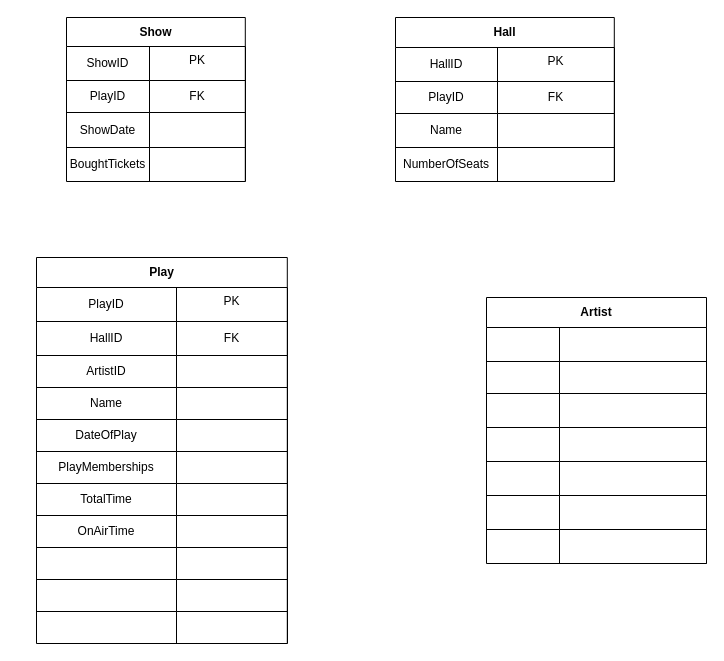
The draw.io diagram Untitled Diagram.drawio in sliamh11/Programming, before the edit. Source tidied: cells renumbered, new cells numbered last; positions are measured from the earlier drawing's top-left corner, leaving out a move shared by most shapes. Both pictures are drawn from the tidied source at 100%, with x=0, y=0 at pixel (36, 17).
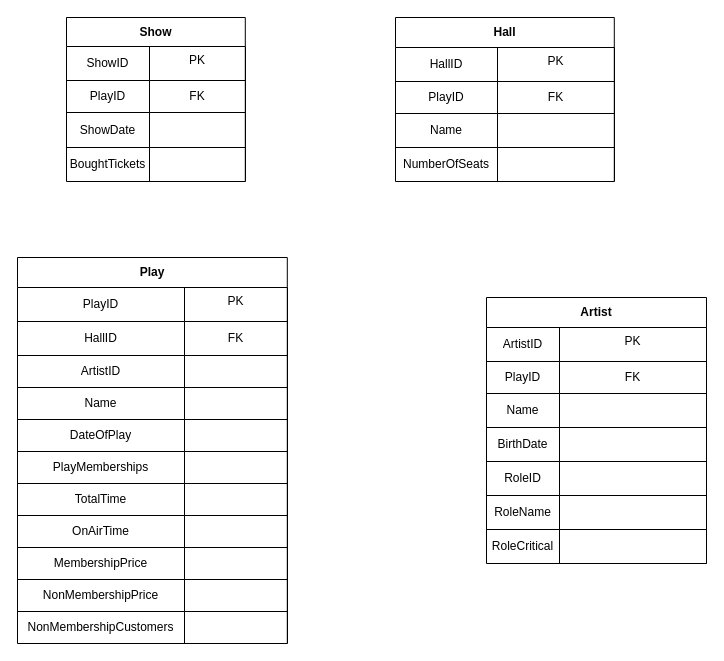
Above is the later version.

Unchanged cells that the change refers to:
```xml
<mxCell id="85" style="shape=partialRectangle;html=1;whiteSpace=wrap;fillColor=none;top=0;left=0;bottom=0;right=0;" parent="84" vertex="1">
  <mxGeometry y="30" width="220" height="34" as="geometry" />
</mxCell>
<mxCell id="90" style="shape=partialRectangle;html=1;whiteSpace=wrap;fillColor=none;top=0;left=0;bottom=0;right=0;" parent="84" vertex="1">
  <mxGeometry y="64" width="220" height="32" as="geometry" />
</mxCell>
<mxCell id="94" style="shape=partialRectangle;html=1;whiteSpace=wrap;fillColor=none;top=0;left=0;bottom=0;right=0;" parent="84" vertex="1">
  <mxGeometry y="96" width="220" height="34" as="geometry" />
</mxCell>
<mxCell id="98" style="shape=partialRectangle;html=1;whiteSpace=wrap;fillColor=none;top=0;left=0;bottom=0;right=0;" parent="84" vertex="1">
  <mxGeometry y="130" width="220" height="34" as="geometry" />
</mxCell>
<mxCell id="102" style="shape=partialRectangle;html=1;whiteSpace=wrap;fillColor=none;top=0;left=0;bottom=0;right=0;" parent="84" vertex="1">
  <mxGeometry y="164" width="220" height="34" as="geometry" />
</mxCell>
<mxCell id="106" style="shape=partialRectangle;html=1;whiteSpace=wrap;fillColor=none;top=0;left=0;bottom=0;right=0;" parent="84" vertex="1">
  <mxGeometry y="198" width="220" height="34" as="geometry" />
</mxCell>
<mxCell id="110" style="shape=partialRectangle;html=1;whiteSpace=wrap;fillColor=none;top=0;left=0;bottom=0;right=0;" parent="84" vertex="1">
  <mxGeometry y="232" width="220" height="34" as="geometry" />
</mxCell>
```

Change to the diagram source:
```diff
@@
     <mxCell id="38" value="Play" style="shape=table;html=1;whiteSpace=wrap;startSize=30;childLayout=tableLayout;fontStyle=1;align=center;" parent="1" vertex="1">
-      <mxGeometry y="240" width="250.8" height="386" as="geometry" />
+      <mxGeometry x="-19" y="240" width="269.8" height="386" as="geometry" />
     </mxCell>
     <mxCell id="39" style="shape=partialRectangle;html=1;whiteSpace=wrap;fillColor=none;top=0;left=0;bottom=0;right=0;" parent="38" vertex="1">
-      <mxGeometry y="30" width="250.8" height="34" as="geometry" />
+      <mxGeometry y="30" width="269.8" height="34" as="geometry" />
     </mxCell>
     <mxCell id="40" value="PlayID" style="shape=partialRectangle;html=1;whiteSpace=wrap;fillColor=none;top=0;left=0;bottom=0;right=0;overflow=hidden;" parent="39" vertex="1">
-      <mxGeometry width="140" height="34" as="geometry" />
+      <mxGeometry width="167" height="34" as="geometry" />
     </mxCell>
     <mxCell id="41" value="PK" style="group;" parent="39" vertex="1">
-      <mxGeometry x="140" width="111" height="34" as="geometry" />
+      <mxGeometry x="167" width="103" height="34" as="geometry" />
     </mxCell>
@@
     <mxCell id="44" style="shape=partialRectangle;html=1;whiteSpace=wrap;fillColor=none;top=0;left=0;bottom=0;right=0;" parent="38" vertex="1">
-      <mxGeometry y="64" width="250.8" height="34" as="geometry" />
+      <mxGeometry y="64" width="269.8" height="34" as="geometry" />
     </mxCell>
     <mxCell id="45" value="HallID" style="shape=partialRectangle;html=1;whiteSpace=wrap;fillColor=none;top=0;left=0;bottom=0;right=0;overflow=hidden;" parent="44" vertex="1">
-      <mxGeometry width="140" height="34" as="geometry" />
+      <mxGeometry width="167" height="34" as="geometry" />
     </mxCell>
     <mxCell id="46" value="FK" style="shape=partialRectangle;html=1;whiteSpace=wrap;fillColor=none;top=0;left=0;bottom=0;right=0;overflow=hidden;" parent="44" vertex="1">
-      <mxGeometry x="140" width="111" height="34" as="geometry" />
+      <mxGeometry x="167" width="103" height="34" as="geometry" />
     </mxCell>
     <mxCell id="47" style="shape=partialRectangle;html=1;whiteSpace=wrap;fillColor=none;top=0;left=0;bottom=0;right=0;overflow=hidden;" parent="44" vertex="1">
-      <mxGeometry x="251" height="34" as="geometry" />
+      <mxGeometry x="270" height="34" as="geometry" />
     </mxCell>
     <mxCell id="48" style="shape=partialRectangle;html=1;whiteSpace=wrap;fillColor=none;top=0;left=0;bottom=0;right=0;" parent="38" vertex="1">
-      <mxGeometry y="98" width="250.8" height="32" as="geometry" />
+      <mxGeometry y="98" width="269.8" height="32" as="geometry" />
     </mxCell>
     <mxCell id="49" value="ArtistID" style="shape=partialRectangle;html=1;whiteSpace=wrap;fillColor=none;top=0;left=0;bottom=0;right=0;overflow=hidden;" parent="48" vertex="1">
-      <mxGeometry width="140" height="32" as="geometry" />
+      <mxGeometry width="167" height="32" as="geometry" />
     </mxCell>
     <mxCell id="50" style="shape=partialRectangle;html=1;whiteSpace=wrap;fillColor=none;top=0;left=0;bottom=0;right=0;overflow=hidden;" parent="48" vertex="1">
-      <mxGeometry x="140" width="111" height="32" as="geometry" />
+      <mxGeometry x="167" width="103" height="32" as="geometry" />
     </mxCell>
     <mxCell id="51" style="shape=partialRectangle;html=1;whiteSpace=wrap;fillColor=none;top=0;left=0;bottom=0;right=0;overflow=hidden;" parent="48" vertex="1">
-      <mxGeometry x="251" height="32" as="geometry" />
+      <mxGeometry x="270" height="32" as="geometry" />
     </mxCell>
     <mxCell id="52" style="shape=partialRectangle;html=1;whiteSpace=wrap;fillColor=none;top=0;left=0;bottom=0;right=0;" parent="38" vertex="1">
-      <mxGeometry y="130" width="250.8" height="32" as="geometry" />
+      <mxGeometry y="130" width="269.8" height="32" as="geometry" />
     </mxCell>
     <mxCell id="53" value="Name" style="shape=partialRectangle;html=1;whiteSpace=wrap;fillColor=none;top=0;left=0;bottom=0;right=0;overflow=hidden;" parent="52" vertex="1">
-      <mxGeometry width="140" height="32" as="geometry" />
+      <mxGeometry width="167" height="32" as="geometry" />
     </mxCell>
     <mxCell id="54" style="shape=partialRectangle;html=1;whiteSpace=wrap;fillColor=none;top=0;left=0;bottom=0;right=0;overflow=hidden;" parent="52" vertex="1">
-      <mxGeometry x="140" width="111" height="32" as="geometry" />
+      <mxGeometry x="167" width="103" height="32" as="geometry" />
     </mxCell>
     <mxCell id="55" style="shape=partialRectangle;html=1;whiteSpace=wrap;fillColor=none;top=0;left=0;bottom=0;right=0;overflow=hidden;" parent="52" vertex="1">
-      <mxGeometry x="251" height="32" as="geometry" />
+      <mxGeometry x="270" height="32" as="geometry" />
     </mxCell>
     <mxCell id="56" style="shape=partialRectangle;html=1;whiteSpace=wrap;fillColor=none;top=0;left=0;bottom=0;right=0;" parent="38" vertex="1">
-      <mxGeometry y="162" width="250.8" height="32" as="geometry" />
+      <mxGeometry y="162" width="269.8" height="32" as="geometry" />
     </mxCell>
     <mxCell id="57" value="DateOfPlay" style="shape=partialRectangle;html=1;whiteSpace=wrap;fillColor=none;top=0;left=0;bottom=0;right=0;overflow=hidden;" parent="56" vertex="1">
-      <mxGeometry width="140" height="32" as="geometry" />
+      <mxGeometry width="167" height="32" as="geometry" />
     </mxCell>
     <mxCell id="58" style="shape=partialRectangle;html=1;whiteSpace=wrap;fillColor=none;top=0;left=0;bottom=0;right=0;overflow=hidden;" parent="56" vertex="1">
-      <mxGeometry x="140" width="111" height="32" as="geometry" />
+      <mxGeometry x="167" width="103" height="32" as="geometry" />
     </mxCell>
     <mxCell id="59" style="shape=partialRectangle;html=1;whiteSpace=wrap;fillColor=none;top=0;left=0;bottom=0;right=0;overflow=hidden;" parent="56" vertex="1">
-      <mxGeometry x="251" height="32" as="geometry" />
+      <mxGeometry x="270" height="32" as="geometry" />
     </mxCell>
     <mxCell id="60" style="shape=partialRectangle;html=1;whiteSpace=wrap;fillColor=none;top=0;left=0;bottom=0;right=0;" parent="38" vertex="1">
-      <mxGeometry y="194" width="250.8" height="32" as="geometry" />
+      <mxGeometry y="194" width="269.8" height="32" as="geometry" />
     </mxCell>
     <mxCell id="61" value="PlayMemberships" style="shape=partialRectangle;html=1;whiteSpace=wrap;fillColor=none;top=0;left=0;bottom=0;right=0;overflow=hidden;" parent="60" vertex="1">
-      <mxGeometry width="140" height="32" as="geometry" />
+      <mxGeometry width="167" height="32" as="geometry" />
     </mxCell>
     <mxCell id="62" style="shape=partialRectangle;html=1;whiteSpace=wrap;fillColor=none;top=0;left=0;bottom=0;right=0;overflow=hidden;" parent="60" vertex="1">
-      <mxGeometry x="140" width="111" height="32" as="geometry" />
+      <mxGeometry x="167" width="103" height="32" as="geometry" />
     </mxCell>
     <mxCell id="63" style="shape=partialRectangle;html=1;whiteSpace=wrap;fillColor=none;top=0;left=0;bottom=0;right=0;overflow=hidden;" parent="60" vertex="1">
-      <mxGeometry x="251" height="32" as="geometry" />
+      <mxGeometry x="270" height="32" as="geometry" />
     </mxCell>
     <mxCell id="64" style="shape=partialRectangle;html=1;whiteSpace=wrap;fillColor=none;top=0;left=0;bottom=0;right=0;" parent="38" vertex="1">
-      <mxGeometry y="226" width="250.8" height="32" as="geometry" />
+      <mxGeometry y="226" width="269.8" height="32" as="geometry" />
     </mxCell>
     <mxCell id="65" value="TotalTime" style="shape=partialRectangle;html=1;whiteSpace=wrap;fillColor=none;top=0;left=0;bottom=0;right=0;overflow=hidden;" parent="64" vertex="1">
-      <mxGeometry width="140" height="32" as="geometry" />
+      <mxGeometry width="167" height="32" as="geometry" />
     </mxCell>
     <mxCell id="66" style="shape=partialRectangle;html=1;whiteSpace=wrap;fillColor=none;top=0;left=0;bottom=0;right=0;overflow=hidden;" parent="64" vertex="1">
-      <mxGeometry x="140" width="111" height="32" as="geometry" />
+      <mxGeometry x="167" width="103" height="32" as="geometry" />
     </mxCell>
     <mxCell id="67" style="shape=partialRectangle;html=1;whiteSpace=wrap;fillColor=none;top=0;left=0;bottom=0;right=0;overflow=hidden;" parent="64" vertex="1">
-      <mxGeometry x="251" height="32" as="geometry" />
+      <mxGeometry x="270" height="32" as="geometry" />
     </mxCell>
     <mxCell id="68" style="shape=partialRectangle;html=1;whiteSpace=wrap;fillColor=none;top=0;left=0;bottom=0;right=0;" parent="38" vertex="1">
-      <mxGeometry y="258" width="250.8" height="32" as="geometry" />
+      <mxGeometry y="258" width="269.8" height="32" as="geometry" />
     </mxCell>
     <mxCell id="69" value="OnAirTime" style="shape=partialRectangle;html=1;whiteSpace=wrap;fillColor=none;top=0;left=0;bottom=0;right=0;overflow=hidden;" parent="68" vertex="1">
-      <mxGeometry width="140" height="32" as="geometry" />
+      <mxGeometry width="167" height="32" as="geometry" />
     </mxCell>
     <mxCell id="70" style="shape=partialRectangle;html=1;whiteSpace=wrap;fillColor=none;top=0;left=0;bottom=0;right=0;overflow=hidden;" parent="68" vertex="1">
-      <mxGeometry x="140" width="111" height="32" as="geometry" />
+      <mxGeometry x="167" width="103" height="32" as="geometry" />
     </mxCell>
     <mxCell id="71" style="shape=partialRectangle;html=1;whiteSpace=wrap;fillColor=none;top=0;left=0;bottom=0;right=0;overflow=hidden;" parent="68" vertex="1">
-      <mxGeometry x="251" height="32" as="geometry" />
+      <mxGeometry x="270" height="32" as="geometry" />
     </mxCell>
     <mxCell id="72" style="shape=partialRectangle;html=1;whiteSpace=wrap;fillColor=none;top=0;left=0;bottom=0;right=0;" parent="38" vertex="1">
-      <mxGeometry y="290" width="250.8" height="32" as="geometry" />
+      <mxGeometry y="290" width="269.8" height="32" as="geometry" />
     </mxCell>
-    <mxCell id="73" style="shape=partialRectangle;html=1;whiteSpace=wrap;fillColor=none;top=0;left=0;bottom=0;right=0;overflow=hidden;" parent="72" vertex="1">
-      <mxGeometry width="140" height="32" as="geometry" />
+    <mxCell id="73" value="MembershipPrice" style="shape=partialRectangle;html=1;whiteSpace=wrap;fillColor=none;top=0;left=0;bottom=0;right=0;overflow=hidden;" parent="72" vertex="1">
+      <mxGeometry width="167" height="32" as="geometry" />
     </mxCell>
     <mxCell id="74" style="shape=partialRectangle;html=1;whiteSpace=wrap;fillColor=none;top=0;left=0;bottom=0;right=0;overflow=hidden;" parent="72" vertex="1">
-      <mxGeometry x="140" width="111" height="32" as="geometry" />
+      <mxGeometry x="167" width="103" height="32" as="geometry" />
     </mxCell>
     <mxCell id="75" style="shape=partialRectangle;html=1;whiteSpace=wrap;fillColor=none;top=0;left=0;bottom=0;right=0;overflow=hidden;" parent="72" vertex="1">
-      <mxGeometry x="251" height="32" as="geometry" />
+      <mxGeometry x="270" height="32" as="geometry" />
     </mxCell>
     <mxCell id="76" style="shape=partialRectangle;html=1;whiteSpace=wrap;fillColor=none;top=0;left=0;bottom=0;right=0;" parent="38" vertex="1">
-      <mxGeometry y="322" width="250.8" height="32" as="geometry" />
+      <mxGeometry y="322" width="269.8" height="32" as="geometry" />
     </mxCell>
-    <mxCell id="77" style="shape=partialRectangle;html=1;whiteSpace=wrap;fillColor=none;top=0;left=0;bottom=0;right=0;overflow=hidden;" parent="76" vertex="1">
-      <mxGeometry width="140" height="32" as="geometry" />
+    <mxCell id="77" value="NonMembershipPrice" style="shape=partialRectangle;html=1;whiteSpace=wrap;fillColor=none;top=0;left=0;bottom=0;right=0;overflow=hidden;" parent="76" vertex="1">
+      <mxGeometry width="167" height="32" as="geometry" />
     </mxCell>
     <mxCell id="78" style="shape=partialRectangle;html=1;whiteSpace=wrap;fillColor=none;top=0;left=0;bottom=0;right=0;overflow=hidden;" parent="76" vertex="1">
-      <mxGeometry x="140" width="111" height="32" as="geometry" />
+      <mxGeometry x="167" width="103" height="32" as="geometry" />
     </mxCell>
     <mxCell id="79" style="shape=partialRectangle;html=1;whiteSpace=wrap;fillColor=none;top=0;left=0;bottom=0;right=0;overflow=hidden;" parent="76" vertex="1">
-      <mxGeometry x="251" height="32" as="geometry" />
+      <mxGeometry x="270" height="32" as="geometry" />
     </mxCell>
     <mxCell id="80" style="shape=partialRectangle;html=1;whiteSpace=wrap;fillColor=none;top=0;left=0;bottom=0;right=0;" parent="38" vertex="1">
-      <mxGeometry y="354" width="250.8" height="32" as="geometry" />
+      <mxGeometry y="354" width="269.8" height="32" as="geometry" />
     </mxCell>
-    <mxCell id="81" style="shape=partialRectangle;html=1;whiteSpace=wrap;fillColor=none;top=0;left=0;bottom=0;right=0;overflow=hidden;" parent="80" vertex="1">
-      <mxGeometry width="140" height="32" as="geometry" />
+    <mxCell id="81" value="NonMembershipCustomers" style="shape=partialRectangle;html=1;whiteSpace=wrap;fillColor=none;top=0;left=0;bottom=0;right=0;overflow=hidden;" parent="80" vertex="1">
+      <mxGeometry width="167" height="32" as="geometry" />
     </mxCell>
     <mxCell id="82" style="shape=partialRectangle;html=1;whiteSpace=wrap;fillColor=none;top=0;left=0;bottom=0;right=0;overflow=hidden;" parent="80" vertex="1">
-      <mxGeometry x="140" width="111" height="32" as="geometry" />
+      <mxGeometry x="167" width="103" height="32" as="geometry" />
     </mxCell>
     <mxCell id="83" style="shape=partialRectangle;html=1;whiteSpace=wrap;fillColor=none;top=0;left=0;bottom=0;right=0;overflow=hidden;" parent="80" vertex="1">
-      <mxGeometry x="251" height="32" as="geometry" />
+      <mxGeometry x="270" height="32" as="geometry" />
     </mxCell>
@@
-    <mxCell id="86" style="shape=partialRectangle;html=1;whiteSpace=wrap;fillColor=none;top=0;left=0;bottom=0;right=0;overflow=hidden;" parent="85" vertex="1">
+    <mxCell id="86" value="ArtistID" style="shape=partialRectangle;html=1;whiteSpace=wrap;fillColor=none;top=0;left=0;bottom=0;right=0;overflow=hidden;" parent="85" vertex="1">
       <mxGeometry width="73" height="34" as="geometry" />
     </mxCell>
-    <mxCell id="87" style="group;" parent="85" vertex="1">
+    <mxCell id="87" value="PK" style="group;" parent="85" vertex="1">
       <mxGeometry x="73" width="147" height="34" as="geometry" />
     </mxCell>
@@
-    <mxCell id="91" style="shape=partialRectangle;html=1;whiteSpace=wrap;fillColor=none;top=0;left=0;bottom=0;right=0;overflow=hidden;" parent="90" vertex="1">
+    <mxCell id="91" value="PlayID" style="shape=partialRectangle;html=1;whiteSpace=wrap;fillColor=none;top=0;left=0;bottom=0;right=0;overflow=hidden;" parent="90" vertex="1">
       <mxGeometry width="73" height="32" as="geometry" />
     </mxCell>
-    <mxCell id="92" style="shape=partialRectangle;html=1;whiteSpace=wrap;fillColor=none;top=0;left=0;bottom=0;right=0;overflow=hidden;" parent="90" vertex="1">
+    <mxCell id="92" value="FK" style="shape=partialRectangle;html=1;whiteSpace=wrap;fillColor=none;top=0;left=0;bottom=0;right=0;overflow=hidden;" parent="90" vertex="1">
       <mxGeometry x="73" width="147" height="32" as="geometry" />
     </mxCell>
@@
-    <mxCell id="95" style="shape=partialRectangle;html=1;whiteSpace=wrap;fillColor=none;top=0;left=0;bottom=0;right=0;overflow=hidden;" parent="94" vertex="1">
+    <mxCell id="95" value="Name" style="shape=partialRectangle;html=1;whiteSpace=wrap;fillColor=none;top=0;left=0;bottom=0;right=0;overflow=hidden;" parent="94" vertex="1">
       <mxGeometry width="73" height="34" as="geometry" />
     </mxCell>
@@
-    <mxCell id="99" style="shape=partialRectangle;html=1;whiteSpace=wrap;fillColor=none;top=0;left=0;bottom=0;right=0;overflow=hidden;" parent="98" vertex="1">
+    <mxCell id="99" value="BirthDate" style="shape=partialRectangle;html=1;whiteSpace=wrap;fillColor=none;top=0;left=0;bottom=0;right=0;overflow=hidden;" parent="98" vertex="1">
       <mxGeometry width="73" height="34" as="geometry" />
     </mxCell>
@@
-    <mxCell id="103" style="shape=partialRectangle;html=1;whiteSpace=wrap;fillColor=none;top=0;left=0;bottom=0;right=0;overflow=hidden;" parent="102" vertex="1">
+    <mxCell id="103" value="RoleID" style="shape=partialRectangle;html=1;whiteSpace=wrap;fillColor=none;top=0;left=0;bottom=0;right=0;overflow=hidden;" parent="102" vertex="1">
       <mxGeometry width="73" height="34" as="geometry" />
     </mxCell>
@@
-    <mxCell id="107" style="shape=partialRectangle;html=1;whiteSpace=wrap;fillColor=none;top=0;left=0;bottom=0;right=0;overflow=hidden;" parent="106" vertex="1">
+    <mxCell id="107" value="RoleName" style="shape=partialRectangle;html=1;whiteSpace=wrap;fillColor=none;top=0;left=0;bottom=0;right=0;overflow=hidden;" parent="106" vertex="1">
       <mxGeometry width="73" height="34" as="geometry" />
     </mxCell>
@@
-    <mxCell id="111" style="shape=partialRectangle;html=1;whiteSpace=wrap;fillColor=none;top=0;left=0;bottom=0;right=0;overflow=hidden;" parent="110" vertex="1">
+    <mxCell id="111" value="RoleCritical" style="shape=partialRectangle;html=1;whiteSpace=wrap;fillColor=none;top=0;left=0;bottom=0;right=0;overflow=hidden;" parent="110" vertex="1">
       <mxGeometry width="73" height="34" as="geometry" />
     </mxCell>
```
